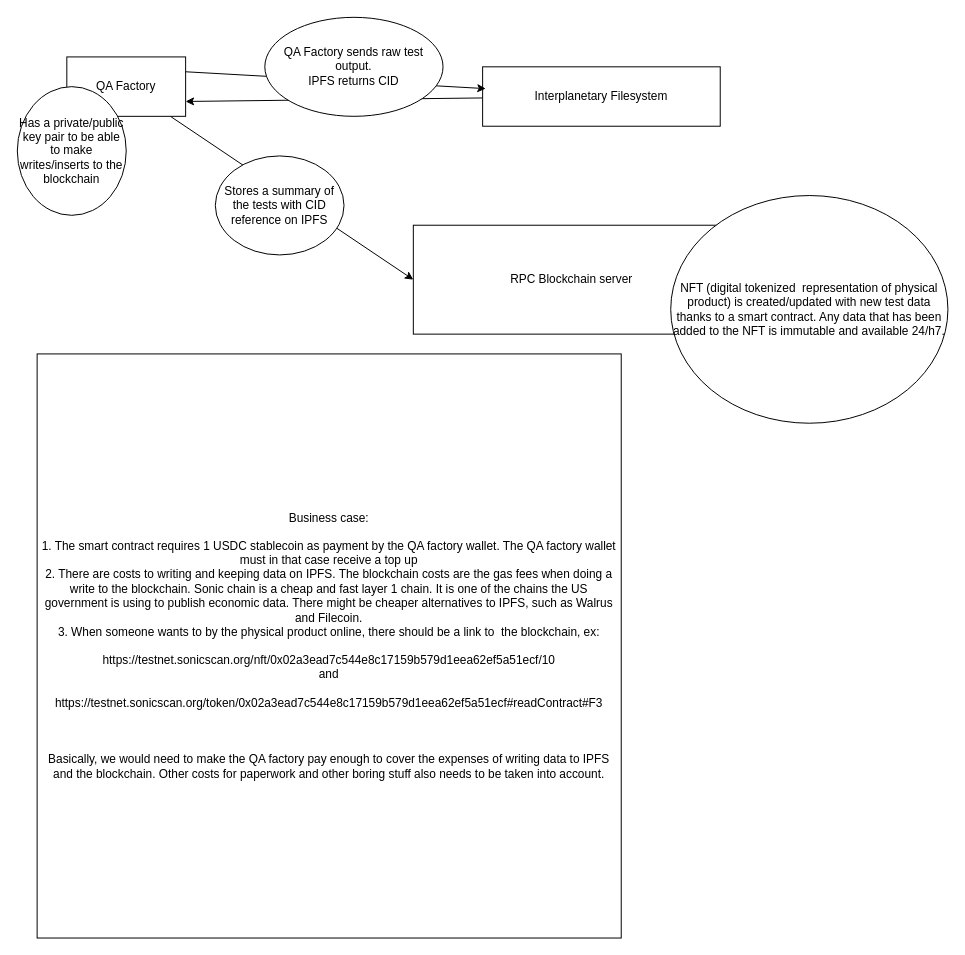
matterattetatte/devicemark keeps this draw.io diagram as flowchart.drawio. Above is the earlier version. Source tidied: cells renumbered, new cells numbered last; positions are measured from the earlier drawing's top-left corner, leaving out a move shared by most shapes. Both pictures are drawn from the tidied source at 99%, with x=0, y=0 at pixel (17, 17).
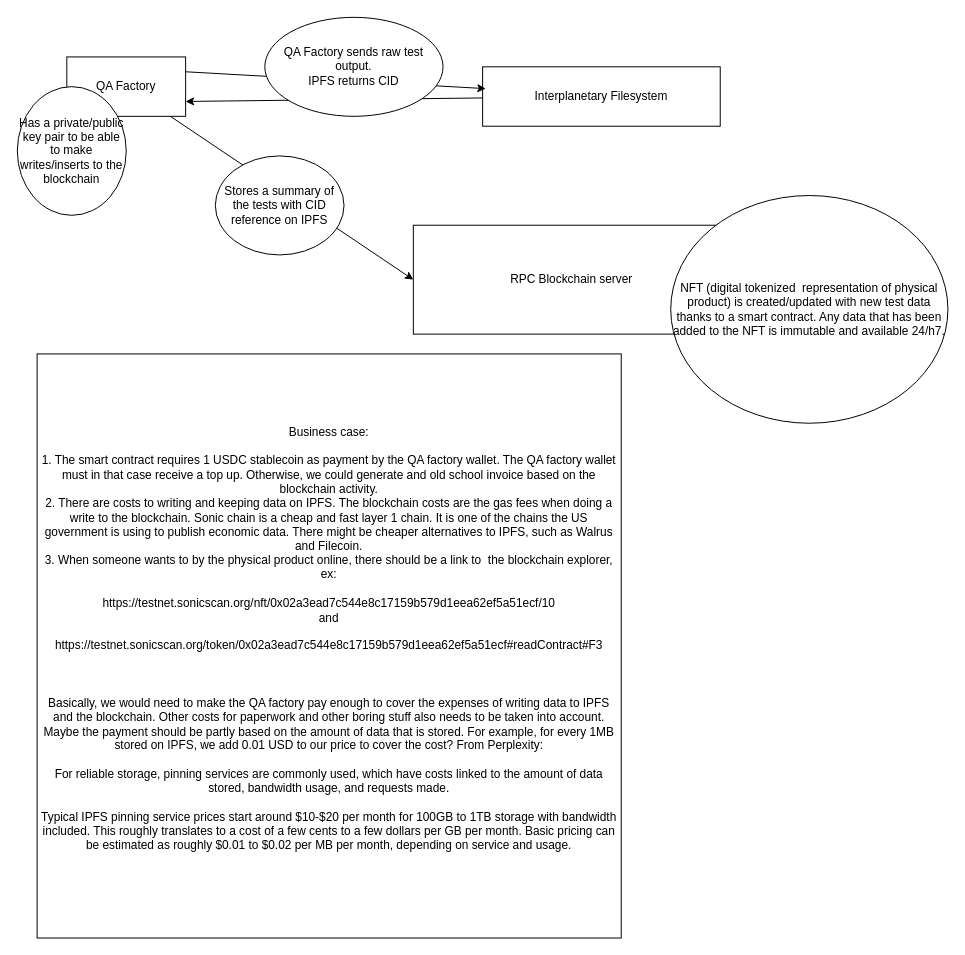
The same diagram, later.

Commit message:
more description of business case

What changed in the source:
```diff
@@
 <mxGraphModel>
   <root>
     <mxCell id="0" />
     <mxCell id="1" parent="0" />
     <mxCell id="2" style="edgeStyle=none;html=1;entryX=0;entryY=0.5;entryDx=0;entryDy=0;" parent="1" edge="1" source="3" target="8">
       <mxGeometry relative="1" as="geometry" />
     </mxCell>
     <mxCell id="3" value="QA Factory" style="rounded=0;whiteSpace=wrap;html=1;" parent="1" vertex="1">
       <mxGeometry x="50" y="40" width="120" height="60" as="geometry" />
     </mxCell>
     <mxCell id="4" style="edgeStyle=none;html=1;entryX=1;entryY=0.75;entryDx=0;entryDy=0;" parent="1" edge="1" source="5" target="3">
       <mxGeometry relative="1" as="geometry" />
     </mxCell>
     <mxCell id="5" value="Interplanetary Filesystem" style="rounded=0;whiteSpace=wrap;html=1;" parent="1" vertex="1">
       <mxGeometry x="470" y="50" width="240" height="60" as="geometry" />
     </mxCell>
     <mxCell id="6" style="edgeStyle=none;html=1;entryX=0.013;entryY=0.367;entryDx=0;entryDy=0;entryPerimeter=0;exitX=1;exitY=0.25;exitDx=0;exitDy=0;" parent="1" edge="1" source="3" target="5">
       <mxGeometry relative="1" as="geometry" />
     </mxCell>
     <mxCell id="7" value="QA Factory sends raw test output.&lt;div&gt;IPFS returns CID&lt;/div&gt;" style="ellipse;whiteSpace=wrap;html=1;" parent="1" vertex="1">
       <mxGeometry x="250" width="180" height="100" as="geometry" />
     </mxCell>
     <mxCell id="8" value="RPC Blockchain server" style="rounded=0;whiteSpace=wrap;html=1;" parent="1" vertex="1">
       <mxGeometry x="400" y="210" width="320" height="110" as="geometry" />
     </mxCell>
     <mxCell id="9" value="Stores a summary of the tests with CID reference on IPFS" style="ellipse;whiteSpace=wrap;html=1;" parent="1" vertex="1">
       <mxGeometry x="200" y="140" width="130" height="100" as="geometry" />
     </mxCell>
     <mxCell id="10" value="NFT (digital tokenized&amp;nbsp; representation of physical product) is created/updated with new test data thanks to a smart contract. Any data that has been added to the NFT is immutable and available 24/h7." style="ellipse;whiteSpace=wrap;html=1;" parent="1" vertex="1">
       <mxGeometry x="660" y="180" width="280" height="230" as="geometry" />
     </mxCell>
     <mxCell id="11" value="Has a private/public key pair to be able to make writes/inserts to the blockchain" style="ellipse;whiteSpace=wrap;html=1;" parent="1" vertex="1">
       <mxGeometry y="70" width="110" height="130" as="geometry" />
     </mxCell>
-    <mxCell id="12" value="Business case:&lt;div&gt;&lt;br&gt;&lt;/div&gt;&lt;div&gt;1. The smart contract requires 1 USDC stablecoin as payment by the QA factory wallet. The QA factory wallet must in that case receive a top up&lt;/div&gt;&lt;div&gt;2. There are costs to writing and keeping data on IPFS. The blockchain costs are the gas fees when doing a write to the blockchain. Sonic chain is a cheap and fast layer 1 chain. It is one of the chains the US government is using to publish economic data. There might be cheaper alternatives to IPFS, such as Walrus and Filecoin.&lt;/div&gt;&lt;div&gt;3. When someone wants to by the physical product online, there should be a link to&amp;nbsp; the blockchain, ex:&lt;br&gt;&lt;br&gt;https://testnet.sonicscan.org/nft/0x02a3ead7c544e8c17159b579d1eea62ef5a51ecf/10&lt;/div&gt;&lt;div&gt;and&lt;/div&gt;&lt;div&gt;&lt;br&gt;&lt;/div&gt;&lt;div&gt;https://testnet.sonicscan.org/token/0x02a3ead7c544e8c17159b579d1eea62ef5a51ecf#readContract#F3&lt;/div&gt;&lt;div&gt;&lt;br&gt;&lt;/div&gt;&lt;div&gt;&lt;br&gt;&lt;/div&gt;&lt;div&gt;&lt;br&gt;&lt;/div&gt;&lt;div&gt;Basically, we would need to make the QA factory pay enough to cover the expenses of writing data to IPFS and the blockchain. Other costs for paperwork and other boring stuff also needs to be taken into account.&lt;/div&gt;" style="whiteSpace=wrap;html=1;" parent="1" vertex="1">
+    <mxCell id="12" value="Business case:&lt;div&gt;&lt;br&gt;&lt;/div&gt;&lt;div&gt;1. The smart contract requires 1 USDC stablecoin as payment by the QA factory wallet. The QA factory wallet must in that case receive a top up. Otherwise, we could generate and old school invoice based on the blockchain activity.&lt;/div&gt;&lt;div&gt;2. There are costs to writing and keeping data on IPFS. The blockchain costs are the gas fees when doing a write to the blockchain. Sonic chain is a cheap and fast layer 1 chain. It is one of the chains the US government is using to publish economic data. There might be cheaper alternatives to IPFS, such as Walrus and Filecoin.&lt;/div&gt;&lt;div&gt;3. When someone wants to by the physical product online, there should be a link to&amp;nbsp; the blockchain explorer, ex:&lt;br&gt;&lt;br&gt;https://testnet.sonicscan.org/nft/0x02a3ead7c544e8c17159b579d1eea62ef5a51ecf/10&lt;/div&gt;&lt;div&gt;and&lt;/div&gt;&lt;div&gt;&lt;br&gt;&lt;/div&gt;&lt;div&gt;https://testnet.sonicscan.org/token/0x02a3ead7c544e8c17159b579d1eea62ef5a51ecf#readContract#F3&lt;/div&gt;&lt;div&gt;&lt;br&gt;&lt;/div&gt;&lt;div&gt;&lt;br&gt;&lt;/div&gt;&lt;div&gt;&lt;br&gt;&lt;/div&gt;&lt;div&gt;Basically, we would need to make the QA factory pay enough to cover the expenses of writing data to IPFS and the blockchain. Other costs for paperwork and other boring stuff also needs to be taken into account. Maybe the payment should be partly based on the amount of data that is stored. For example, for every 1MB stored on IPFS, we add 0.01 USD to our price to cover the cost? From Perplexity:&lt;br&gt;&lt;br&gt;&lt;div&gt;For reliable storage, pinning services are commonly used, which have costs linked to the amount of data stored, bandwidth usage, and requests made.&lt;/div&gt;&lt;div&gt;&lt;br&gt;&lt;/div&gt;&lt;div&gt;Typical IPFS pinning service prices start around $10-$20 per month for 100GB to 1TB storage with bandwidth included. This roughly translates to a cost of a few cents to a few dollars per GB per month. Basic pricing can be estimated as roughly $0.01 to $0.02 per MB per month, depending on service and usage.&lt;/div&gt;&lt;br&gt;&lt;/div&gt;" style="whiteSpace=wrap;html=1;" parent="1" vertex="1">
       <mxGeometry x="20" y="340" width="590" height="590" as="geometry" />
     </mxCell>
   </root>
 </mxGraphModel>
```
